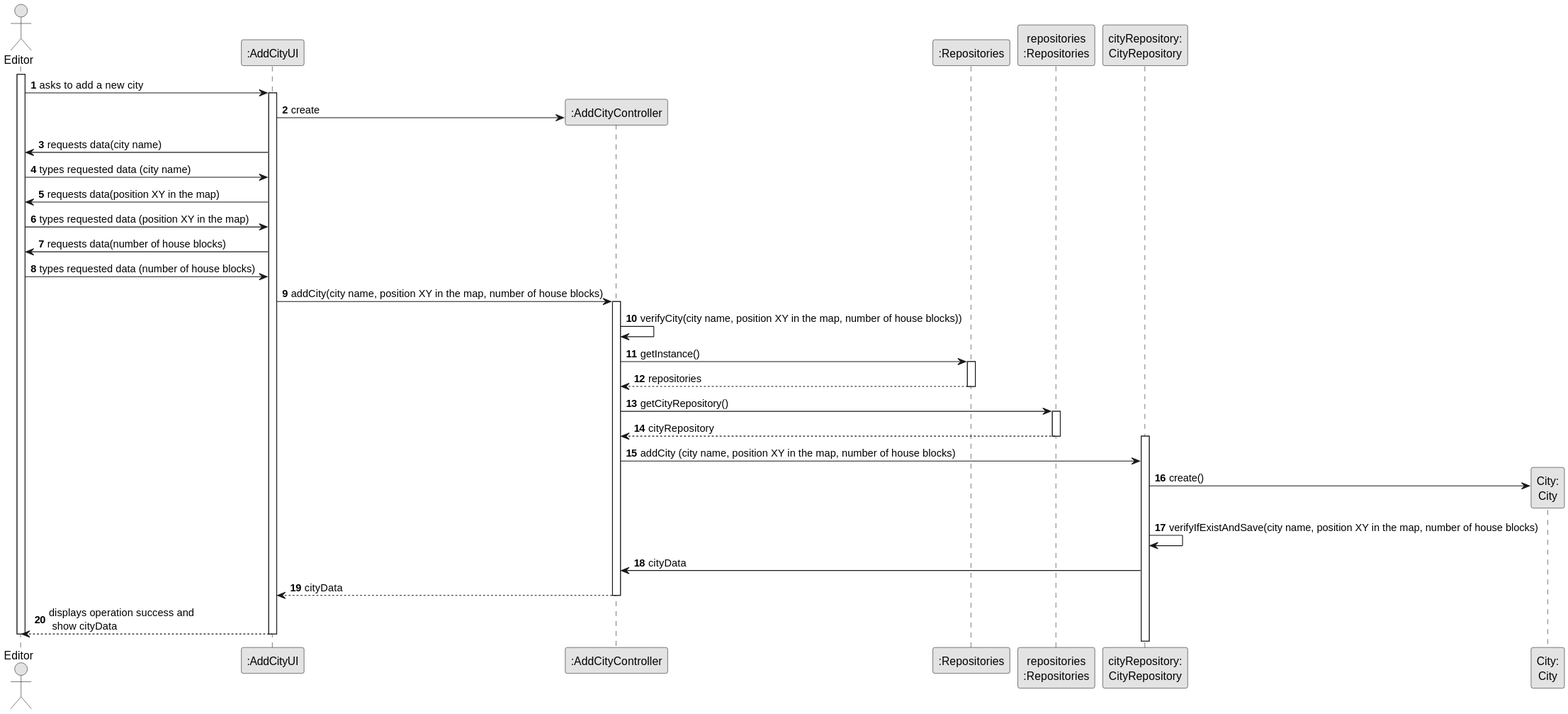
Before: docs/sprint2/us003/03.design/svg/us003-sequence-diagram-full.svg, a diagram exported from PlantUML (ivasduarte/all-aboard).
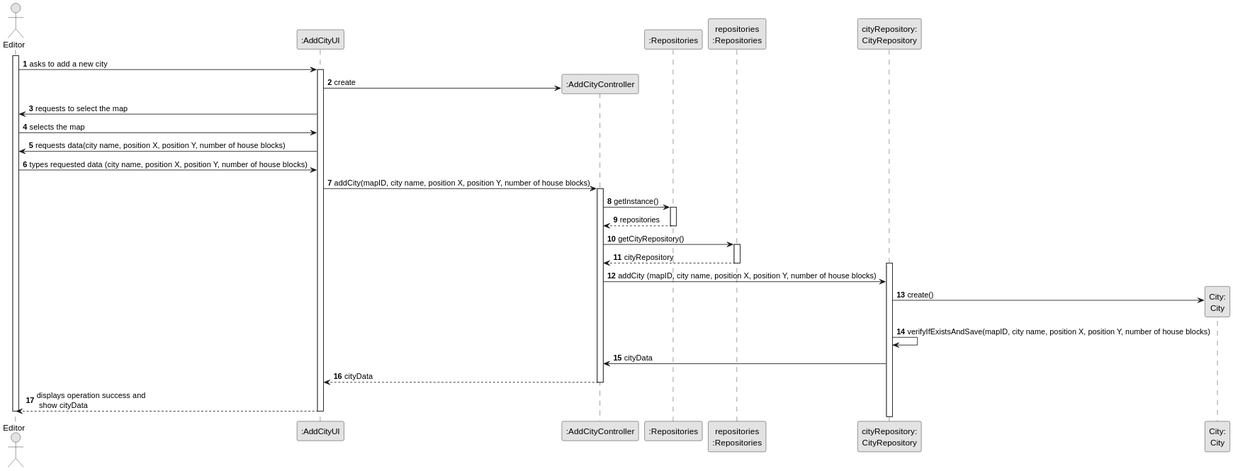
After the change.

The edit, as a diff of the source:
```diff
@@ -21,17 +21,14 @@
         activate UI
             UI -> CTRL** : create
 
-         UI -> Editor : requests data(city name)
-         Editor -> UI : types requested data (city name)
-         UI -> Editor : requests data(position XY in the map)
-         Editor -> UI : types requested data (position XY in the map)
-        UI -> Editor : requests data(number of house blocks)
-         Editor -> UI : types requested data (number of house blocks)
-
-            UI -> CTRL : addCity(city name, position XY in the map, number of house blocks)
+        UI -> Editor: requests to select the map
+        Editor -> UI: selects the map
+         UI -> Editor : requests data(city name, position X, position Y, number of house blocks)
+         Editor -> UI : types requested data (city name, position X, position Y, number of house blocks)
+            UI -> CTRL : addCity(mapID, city name, position X, position Y, number of house blocks)
 
             activate CTRL
-            CTRL -> CTRL : verifyCity(city name, position XY in the map, number of house blocks))
+
 
 
                 CTRL -> RepositorySingleton : getInstance()
@@ -50,12 +47,12 @@
                 activate cityRepository
 
 
-                    CTRL -> cityRepository : addCity (city name, position XY in the map, number of house blocks)
+                    CTRL -> cityRepository : addCity (mapID, city name, position X, position Y, number of house blocks)
 
                     cityRepository -> City** : create()
 
 
-                    cityRepository -> cityRepository : verifyIfExistAndSave(city name, position XY in the map, number of house blocks)
+                    cityRepository -> cityRepository : verifyIfExistsAndSave(mapID, city name, position X, position Y, number of house blocks)
 
 
 
```
